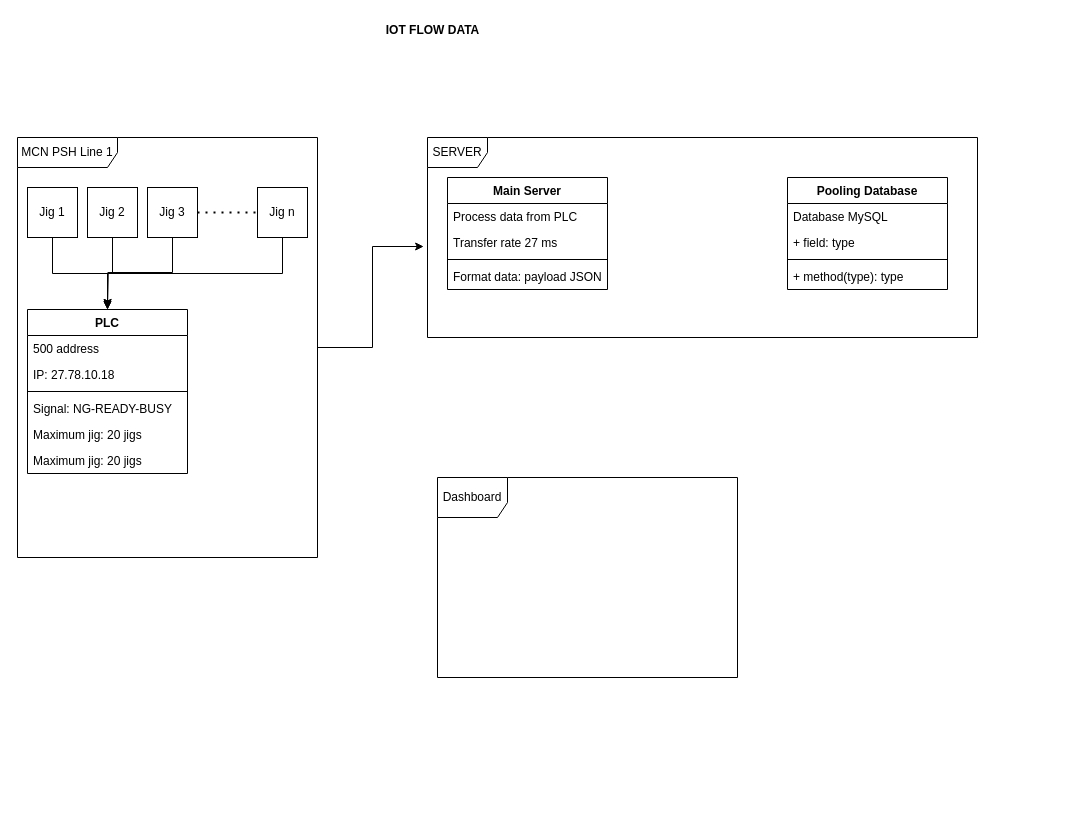
The draw.io diagram IOT Flow Data.drawio in arizmuajianisan/flowchart, before the edit. Source tidied: cells renumbered, new cells numbered last; positions are measured from the earlier drawing's top-left corner, leaving out a move shared by most shapes. Both pictures are drawn from the tidied source at 100%, with x=0, y=0 at pixel (17, 17).
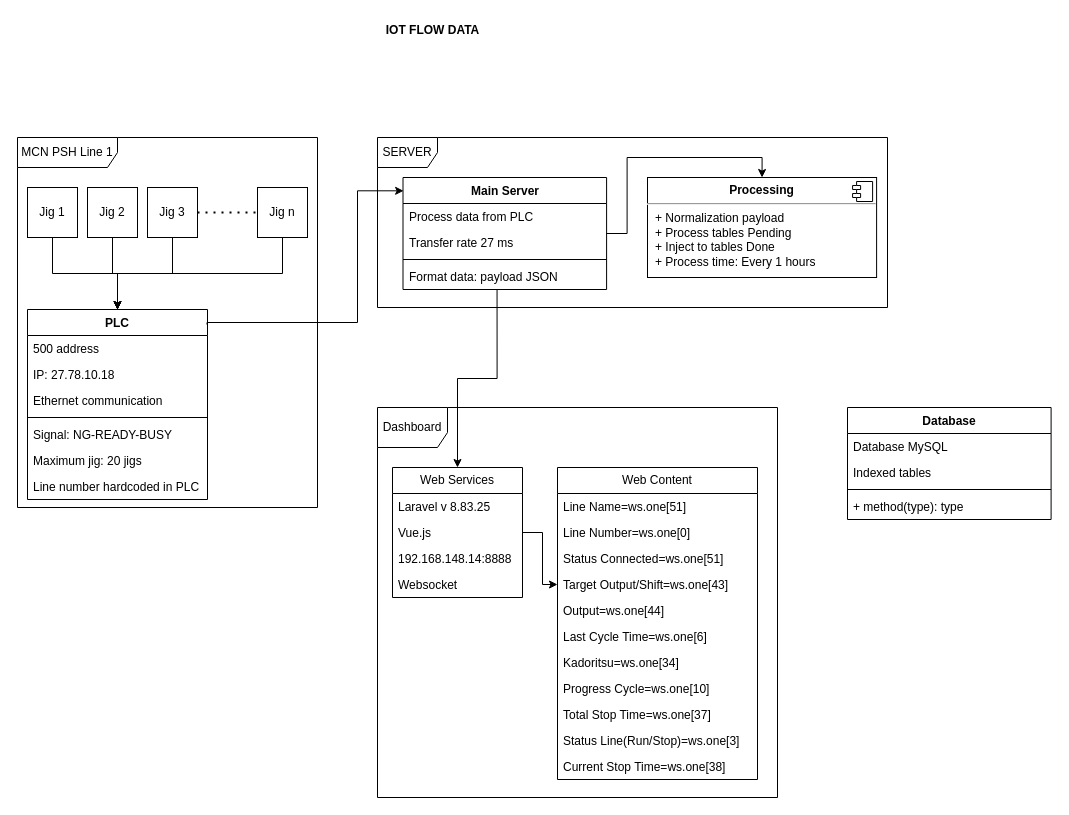
The same diagram, later.

What changed in the source:
```diff
@@
     <mxCell id="3" value="Dashboard" style="shape=umlFrame;whiteSpace=wrap;html=1;width=70;height=40;" parent="1" vertex="1">
-      <mxGeometry x="420" y="460" width="300" height="200" as="geometry" />
+      <mxGeometry x="360" y="390" width="400" height="390" as="geometry" />
     </mxCell>
-    <mxCell id="4" style="group;" parent="1" vertex="1">
-      <mxGeometry x="410" y="120" width="550" height="200" as="geometry" />
-    </mxCell>
-    <mxCell id="5" value="SERVER" style="shape=umlFrame;whiteSpace=wrap;html=1;" parent="4" vertex="1">
-      <mxGeometry width="550" height="200" as="geometry" />
-    </mxCell>
+    <mxCell id="16" style="group;" parent="1" vertex="1">
+      <mxGeometry y="120" width="300" height="420" as="geometry" />
+    </mxCell>
+    <mxCell id="32" style="edgeStyle=orthogonalEdgeStyle;rounded=0;jettySize=auto;html=1;exitX=0.5;exitY=1;exitDx=0;exitDy=0;entryX=0.5;entryY=0;entryDx=0;entryDy=0;" parent="16" edge="1" source="17" target="25">
+      <mxGeometry relative="1" as="geometry" />
+    </mxCell>
+    <mxCell id="17" value="Jig 1" style="html=1;whiteSpace=wrap;" parent="16" vertex="1">
+      <mxGeometry x="10" y="50" width="50" height="50" as="geometry" />
+    </mxCell>
+    <mxCell id="18" value="MCN PSH Line 1" style="shape=umlFrame;whiteSpace=wrap;html=1;width=100;height=30;" parent="16" vertex="1">
+      <mxGeometry width="300" height="370" as="geometry" />
+    </mxCell>
+    <mxCell id="35" style="edgeStyle=orthogonalEdgeStyle;rounded=0;jettySize=auto;html=1;exitX=0.5;exitY=1;exitDx=0;exitDy=0;entryX=0.5;entryY=0;entryDx=0;entryDy=0;" parent="16" edge="1" source="20" target="25">
+      <mxGeometry relative="1" as="geometry" />
+    </mxCell>
+    <mxCell id="20" value="Jig 2" style="html=1;whiteSpace=wrap;" parent="16" vertex="1">
+      <mxGeometry x="70" y="50" width="50" height="50" as="geometry" />
+    </mxCell>
+    <mxCell id="36" style="edgeStyle=orthogonalEdgeStyle;rounded=0;jettySize=auto;html=1;exitX=0.5;exitY=1;exitDx=0;exitDy=0;entryX=0.5;entryY=0;entryDx=0;entryDy=0;" parent="16" edge="1" source="22" target="25">
+      <mxGeometry relative="1" as="geometry" />
+    </mxCell>
+    <mxCell id="22" value="Jig 3" style="html=1;whiteSpace=wrap;" parent="16" vertex="1">
+      <mxGeometry x="130" y="50" width="50" height="50" as="geometry" />
+    </mxCell>
+    <mxCell id="33" style="edgeStyle=orthogonalEdgeStyle;rounded=0;jettySize=auto;html=1;exitX=0.5;exitY=1;exitDx=0;exitDy=0;entryX=0.5;entryY=0;entryDx=0;entryDy=0;" parent="16" edge="1" source="23" target="25">
+      <mxGeometry relative="1" as="geometry" />
+    </mxCell>
+    <mxCell id="23" value="Jig n" style="html=1;whiteSpace=wrap;" parent="16" vertex="1">
+      <mxGeometry x="240" y="50" width="50" height="50" as="geometry" />
+    </mxCell>
+    <mxCell id="24" style="endArrow=none;dashed=1;html=1;dashPattern=1 3;strokeWidth=2;rounded=0;exitX=1;exitY=0.5;exitDx=0;exitDy=0;entryX=0;entryY=0.5;entryDx=0;entryDy=0;" parent="16" edge="1" source="22" target="23">
+      <mxGeometry relative="1" as="geometry" />
+    </mxCell>
+    <mxCell id="25" value="PLC" style="swimlane;fontStyle=1;align=center;verticalAlign=top;horizontal=1;startSize=26;whiteSpace=wrap;html=1;" parent="16" vertex="1">
+      <mxGeometry x="10" y="172" width="180" height="190" as="geometry" />
+    </mxCell>
+    <mxCell id="26" value="500 address" style="text;strokeColor=none;fillColor=none;align=left;verticalAlign=top;spacingLeft=4;spacingRight=4;overflow=hidden;whiteSpace=wrap;html=1;" parent="25" vertex="1">
+      <mxGeometry y="26" width="180" height="26" as="geometry" />
+    </mxCell>
+    <mxCell id="27" value="IP: 27.78.10.18" style="text;strokeColor=none;fillColor=none;align=left;verticalAlign=top;spacingLeft=4;spacingRight=4;overflow=hidden;whiteSpace=wrap;html=1;" parent="25" vertex="1">
+      <mxGeometry y="52" width="180" height="26" as="geometry" />
+    </mxCell>
+    <mxCell id="37" value="Ethernet communication" style="text;strokeColor=none;fillColor=none;align=left;verticalAlign=top;spacingLeft=4;spacingRight=4;overflow=hidden;whiteSpace=wrap;html=1;" parent="25" vertex="1">
+      <mxGeometry y="78" width="180" height="26" as="geometry" />
+    </mxCell>
+    <mxCell id="28" style="line;strokeWidth=1;fillColor=none;align=left;verticalAlign=middle;spacingTop=-1;spacingLeft=3;spacingRight=3;labelPosition=right;strokeColor=inherit;" parent="25" vertex="1">
+      <mxGeometry y="104" width="180" height="8" as="geometry" />
+    </mxCell>
+    <mxCell id="29" value="Signal: NG-READY-BUSY" style="text;strokeColor=none;fillColor=none;align=left;verticalAlign=top;spacingLeft=4;spacingRight=4;overflow=hidden;whiteSpace=wrap;html=1;" parent="25" vertex="1">
+      <mxGeometry y="112" width="180" height="26" as="geometry" />
+    </mxCell>
+    <mxCell id="30" value="Maximum jig: 20 jigs" style="text;strokeColor=none;fillColor=none;align=left;verticalAlign=top;spacingLeft=4;spacingRight=4;overflow=hidden;whiteSpace=wrap;html=1;" parent="25" vertex="1">
+      <mxGeometry y="138" width="180" height="26" as="geometry" />
+    </mxCell>
+    <mxCell id="31" value="Line number hardcoded in PLC" style="text;strokeColor=none;fillColor=none;align=left;verticalAlign=top;spacingLeft=4;spacingRight=4;overflow=hidden;whiteSpace=wrap;html=1;" parent="25" vertex="1">
+      <mxGeometry y="164" width="180" height="26" as="geometry" />
+    </mxCell>
+    <mxCell id="34" style="edgeStyle=orthogonalEdgeStyle;rounded=0;jettySize=auto;html=1;entryX=0.003;entryY=0.119;entryDx=0;entryDy=0;entryPerimeter=0;exitX=0.997;exitY=0.079;exitDx=0;exitDy=0;exitPerimeter=0;" parent="1" edge="1" source="25" target="11">
+      <mxGeometry relative="1" as="geometry">
+        <Array as="points">
+          <mxPoint x="340" y="305" />
+          <mxPoint x="340" y="173" />
+        </Array>
+      </mxGeometry>
+    </mxCell>
-    <mxCell id="6" value="Pooling Database" style="swimlane;fontStyle=1;align=center;verticalAlign=top;horizontal=1;startSize=26;whiteSpace=wrap;html=1;" parent="4" vertex="1">
-      <mxGeometry x="360" y="40" width="160" height="112" as="geometry" />
+    <mxCell id="6" value="Database" style="swimlane;fontStyle=1;align=center;verticalAlign=top;horizontal=1;startSize=26;whiteSpace=wrap;html=1;" parent="1" vertex="1">
+      <mxGeometry x="830" y="390" width="203.6" height="112" as="geometry" />
     </mxCell>
     <mxCell id="7" value="Database MySQL" style="text;strokeColor=none;fillColor=none;align=left;verticalAlign=top;spacingLeft=4;spacingRight=4;overflow=hidden;whiteSpace=wrap;html=1;" parent="6" vertex="1">
-      <mxGeometry y="26" width="160" height="26" as="geometry" />
+      <mxGeometry y="26" width="203.6" height="26" as="geometry" />
     </mxCell>
-    <mxCell id="8" value="+ field: type" style="text;strokeColor=none;fillColor=none;align=left;verticalAlign=top;spacingLeft=4;spacingRight=4;overflow=hidden;whiteSpace=wrap;html=1;" parent="6" vertex="1">
-      <mxGeometry y="52" width="160" height="26" as="geometry" />
+    <mxCell id="8" value="Indexed tables" style="text;strokeColor=none;fillColor=none;align=left;verticalAlign=top;spacingLeft=4;spacingRight=4;overflow=hidden;whiteSpace=wrap;html=1;" parent="6" vertex="1">
+      <mxGeometry y="52" width="203.6" height="26" as="geometry" />
     </mxCell>
     <mxCell id="9" style="line;strokeWidth=1;fillColor=none;align=left;verticalAlign=middle;spacingTop=-1;spacingLeft=3;spacingRight=3;labelPosition=right;strokeColor=inherit;" parent="6" vertex="1">
-      <mxGeometry y="78" width="160" height="8" as="geometry" />
+      <mxGeometry y="78" width="203.6" height="8" as="geometry" />
     </mxCell>
     <mxCell id="10" value="+ method(type): type" style="text;strokeColor=none;fillColor=none;align=left;verticalAlign=top;spacingLeft=4;spacingRight=4;overflow=hidden;whiteSpace=wrap;html=1;" parent="6" vertex="1">
-      <mxGeometry y="86" width="160" height="26" as="geometry" />
+      <mxGeometry y="86" width="203.6" height="26" as="geometry" />
     </mxCell>
+    <mxCell id="38" style="edgeStyle=orthogonalEdgeStyle;rounded=0;jettySize=auto;html=1;" parent="1" edge="1" source="39" target="48">
+      <mxGeometry relative="1" as="geometry" />
+    </mxCell>
+    <mxCell id="39" value="Web Services" style="swimlane;fontStyle=0;horizontal=1;startSize=26;fillColor=none;whiteSpace=wrap;html=1;" parent="1" vertex="1">
+      <mxGeometry x="375" y="450" width="130" height="130" as="geometry" />
+    </mxCell>
+    <mxCell id="40" value="Laravel v 8.83.25" style="text;strokeColor=none;fillColor=none;align=left;verticalAlign=top;spacingLeft=4;spacingRight=4;overflow=hidden;whiteSpace=wrap;html=1;" parent="39" vertex="1">
+      <mxGeometry y="26" width="130" height="26" as="geometry" />
+    </mxCell>
+    <mxCell id="41" value="Vue.js" style="text;strokeColor=none;fillColor=none;align=left;verticalAlign=top;spacingLeft=4;spacingRight=4;overflow=hidden;whiteSpace=wrap;html=1;" parent="39" vertex="1">
+      <mxGeometry y="52" width="130" height="26" as="geometry" />
+    </mxCell>
+    <mxCell id="42" value="192.168.148.14:8888" style="text;strokeColor=none;fillColor=none;align=left;verticalAlign=top;spacingLeft=4;spacingRight=4;overflow=hidden;whiteSpace=wrap;html=1;" parent="39" vertex="1">
+      <mxGeometry y="78" width="130" height="26" as="geometry" />
+    </mxCell>
+    <mxCell id="43" value="Websocket" style="text;strokeColor=none;fillColor=none;align=left;verticalAlign=top;spacingLeft=4;spacingRight=4;overflow=hidden;whiteSpace=wrap;html=1;" parent="39" vertex="1">
+      <mxGeometry y="104" width="130" height="26" as="geometry" />
+    </mxCell>
+    <mxCell id="44" value="Web Content" style="swimlane;fontStyle=0;horizontal=1;startSize=26;fillColor=none;whiteSpace=wrap;html=1;" parent="1" vertex="1">
+      <mxGeometry x="540" y="450" width="200" height="312" as="geometry" />
+    </mxCell>
+    <mxCell id="45" value="Line Name=ws.one[51]" style="text;strokeColor=none;fillColor=none;align=left;verticalAlign=top;spacingLeft=4;spacingRight=4;overflow=hidden;whiteSpace=wrap;html=1;" parent="44" vertex="1">
+      <mxGeometry y="26" width="200" height="26" as="geometry" />
+    </mxCell>
+    <mxCell id="46" value="Line Number=ws.one[0]" style="text;strokeColor=none;fillColor=none;align=left;verticalAlign=top;spacingLeft=4;spacingRight=4;overflow=hidden;whiteSpace=wrap;html=1;" parent="44" vertex="1">
+      <mxGeometry y="52" width="200" height="26" as="geometry" />
+    </mxCell>
+    <mxCell id="47" value="Status Connected=ws.one[51]" style="text;strokeColor=none;fillColor=none;align=left;verticalAlign=top;spacingLeft=4;spacingRight=4;overflow=hidden;whiteSpace=wrap;html=1;" parent="44" vertex="1">
+      <mxGeometry y="78" width="200" height="26" as="geometry" />
+    </mxCell>
+    <mxCell id="48" value="Target Output/Shift=ws.one[43]" style="text;strokeColor=none;fillColor=none;align=left;verticalAlign=top;spacingLeft=4;spacingRight=4;overflow=hidden;points=[[0,0.5],[1,0.5]];portConstraint=eastwest;whiteSpace=wrap;html=1;" parent="44" vertex="1">
+      <mxGeometry y="104" width="200" height="26" as="geometry" />
+    </mxCell>
+    <mxCell id="49" value="Output=ws.one[44]" style="text;strokeColor=none;fillColor=none;align=left;verticalAlign=top;spacingLeft=4;spacingRight=4;overflow=hidden;whiteSpace=wrap;html=1;" parent="44" vertex="1">
+      <mxGeometry y="130" width="200" height="26" as="geometry" />
+    </mxCell>
+    <mxCell id="50" value="Last Cycle Time=ws.one[6]" style="text;strokeColor=none;fillColor=none;align=left;verticalAlign=top;spacingLeft=4;spacingRight=4;overflow=hidden;whiteSpace=wrap;html=1;" parent="44" vertex="1">
+      <mxGeometry y="156" width="200" height="26" as="geometry" />
+    </mxCell>
+    <mxCell id="51" value="Kadoritsu=ws.one[34]" style="text;strokeColor=none;fillColor=none;align=left;verticalAlign=top;spacingLeft=4;spacingRight=4;overflow=hidden;whiteSpace=wrap;html=1;" parent="44" vertex="1">
+      <mxGeometry y="182" width="200" height="26" as="geometry" />
+    </mxCell>
+    <mxCell id="52" value="Progress Cycle=ws.one[10]" style="text;strokeColor=none;fillColor=none;align=left;verticalAlign=top;spacingLeft=4;spacingRight=4;overflow=hidden;whiteSpace=wrap;html=1;" parent="44" vertex="1">
+      <mxGeometry y="208" width="200" height="26" as="geometry" />
+    </mxCell>
+    <mxCell id="53" value="Total Stop Time=ws.one[37]" style="text;strokeColor=none;fillColor=none;align=left;verticalAlign=top;spacingLeft=4;spacingRight=4;overflow=hidden;whiteSpace=wrap;html=1;" parent="44" vertex="1">
+      <mxGeometry y="234" width="200" height="26" as="geometry" />
+    </mxCell>
+    <mxCell id="54" value="Status Line(Run/Stop)=ws.one[3]" style="text;strokeColor=none;fillColor=none;align=left;verticalAlign=top;spacingLeft=4;spacingRight=4;overflow=hidden;whiteSpace=wrap;html=1;" parent="44" vertex="1">
+      <mxGeometry y="260" width="200" height="26" as="geometry" />
+    </mxCell>
+    <mxCell id="55" value="Current Stop Time=ws.one[38]" style="text;strokeColor=none;fillColor=none;align=left;verticalAlign=top;spacingLeft=4;spacingRight=4;overflow=hidden;whiteSpace=wrap;html=1;" parent="44" vertex="1">
+      <mxGeometry y="286" width="200" height="26" as="geometry" />
+    </mxCell>
+    <mxCell id="56" style="edgeStyle=orthogonalEdgeStyle;rounded=0;jettySize=auto;html=1;entryX=0.5;entryY=0;entryDx=0;entryDy=0;exitX=0.462;exitY=0.987;exitDx=0;exitDy=0;exitPerimeter=0;" parent="1" edge="1" source="15" target="39">
+      <mxGeometry relative="1" as="geometry" />
+    </mxCell>
+    <mxCell id="57" style="group;" parent="1" vertex="1">
+      <mxGeometry x="360" y="120" width="510" height="170" as="geometry" />
+    </mxCell>
+    <mxCell id="5" value="SERVER" style="shape=umlFrame;whiteSpace=wrap;html=1;" parent="57" vertex="1">
+      <mxGeometry width="510" height="170" as="geometry" />
+    </mxCell>
-    <mxCell id="11" value="Main Server" style="swimlane;fontStyle=1;align=center;verticalAlign=top;horizontal=1;startSize=26;whiteSpace=wrap;html=1;" parent="4" vertex="1">
-      <mxGeometry x="20" y="40" width="160" height="112" as="geometry" />
+    <mxCell id="11" value="Main Server" style="swimlane;fontStyle=1;align=center;verticalAlign=top;horizontal=1;startSize=26;whiteSpace=wrap;html=1;" parent="57" vertex="1">
+      <mxGeometry x="25.5" y="40" width="203.6" height="112" as="geometry" />
     </mxCell>
     <mxCell id="12" value="Process data from PLC" style="text;strokeColor=none;fillColor=none;align=left;verticalAlign=top;spacingLeft=4;spacingRight=4;overflow=hidden;whiteSpace=wrap;html=1;" parent="11" vertex="1">
-      <mxGeometry y="26" width="160" height="26" as="geometry" />
+      <mxGeometry y="26" width="203.6" height="26" as="geometry" />
     </mxCell>
     <mxCell id="13" value="Transfer rate 27 ms" style="text;strokeColor=none;fillColor=none;align=left;verticalAlign=top;spacingLeft=4;spacingRight=4;overflow=hidden;whiteSpace=wrap;html=1;" parent="11" vertex="1">
-      <mxGeometry y="52" width="160" height="26" as="geometry" />
+      <mxGeometry y="52" width="203.6" height="26" as="geometry" />
     </mxCell>
     <mxCell id="14" style="line;strokeWidth=1;fillColor=none;align=left;verticalAlign=middle;spacingTop=-1;spacingLeft=3;spacingRight=3;labelPosition=right;strokeColor=inherit;" parent="11" vertex="1">
-      <mxGeometry y="78" width="160" height="8" as="geometry" />
+      <mxGeometry y="78" width="203.6" height="8" as="geometry" />
     </mxCell>
     <mxCell id="15" value="Format data: payload JSON" style="text;strokeColor=none;fillColor=none;align=left;verticalAlign=top;spacingLeft=4;spacingRight=4;overflow=hidden;points=[[0,0.5],[1,0.5]];portConstraint=eastwest;whiteSpace=wrap;html=1;" parent="11" vertex="1">
-      <mxGeometry y="86" width="160" height="26" as="geometry" />
+      <mxGeometry y="86" width="203.6" height="26" as="geometry" />
     </mxCell>
-    <mxCell id="16" style="group;" parent="1" vertex="1">
-      <mxGeometry y="120" width="300" height="420" as="geometry" />
-    </mxCell>
-    <mxCell id="17" value="Jig 1" style="html=1;whiteSpace=wrap;" parent="16" vertex="1">
-      <mxGeometry x="10" y="50" width="50" height="50" as="geometry" />
-    </mxCell>
-    <mxCell id="18" value="MCN PSH Line 1" style="shape=umlFrame;whiteSpace=wrap;html=1;width=100;height=30;" parent="16" vertex="1">
-      <mxGeometry width="300" height="420" as="geometry" />
-    </mxCell>
-    <mxCell id="19" style="edgeStyle=orthogonalEdgeStyle;rounded=0;jettySize=auto;html=1;exitX=0.5;exitY=1;exitDx=0;exitDy=0;" parent="16" edge="1" source="20">
-      <mxGeometry relative="1" as="geometry">
-        <mxPoint x="90" y="170" as="targetPoint" />
-      </mxGeometry>
-    </mxCell>
-    <mxCell id="20" value="Jig 2" style="html=1;whiteSpace=wrap;" parent="16" vertex="1">
-      <mxGeometry x="70" y="50" width="50" height="50" as="geometry" />
-    </mxCell>
-    <mxCell id="21" style="edgeStyle=orthogonalEdgeStyle;rounded=0;jettySize=auto;html=1;exitX=0.5;exitY=1;exitDx=0;exitDy=0;" parent="16" edge="1" source="22">
-      <mxGeometry relative="1" as="geometry">
-        <mxPoint x="90" y="170" as="targetPoint" />
-      </mxGeometry>
-    </mxCell>
-    <mxCell id="22" value="Jig 3" style="html=1;whiteSpace=wrap;" parent="16" vertex="1">
-      <mxGeometry x="130" y="50" width="50" height="50" as="geometry" />
-    </mxCell>
-    <mxCell id="23" value="Jig n" style="html=1;whiteSpace=wrap;" parent="16" vertex="1">
-      <mxGeometry x="240" y="50" width="50" height="50" as="geometry" />
-    </mxCell>
-    <mxCell id="24" style="endArrow=none;dashed=1;html=1;dashPattern=1 3;strokeWidth=2;rounded=0;exitX=1;exitY=0.5;exitDx=0;exitDy=0;entryX=0;entryY=0.5;entryDx=0;entryDy=0;" parent="16" edge="1" source="22" target="23">
-      <mxGeometry relative="1" as="geometry" />
-    </mxCell>
-    <mxCell id="25" value="PLC" style="swimlane;fontStyle=1;align=center;verticalAlign=top;horizontal=1;startSize=26;whiteSpace=wrap;html=1;" parent="16" vertex="1">
-      <mxGeometry x="10" y="172" width="160" height="164" as="geometry" />
-    </mxCell>
-    <mxCell id="26" value="500 address" style="text;strokeColor=none;fillColor=none;align=left;verticalAlign=top;spacingLeft=4;spacingRight=4;overflow=hidden;whiteSpace=wrap;html=1;" parent="25" vertex="1">
-      <mxGeometry y="26" width="160" height="26" as="geometry" />
-    </mxCell>
-    <mxCell id="27" value="IP: 27.78.10.18" style="text;strokeColor=none;fillColor=none;align=left;verticalAlign=top;spacingLeft=4;spacingRight=4;overflow=hidden;whiteSpace=wrap;html=1;" parent="25" vertex="1">
-      <mxGeometry y="52" width="160" height="26" as="geometry" />
-    </mxCell>
-    <mxCell id="28" style="line;strokeWidth=1;fillColor=none;align=left;verticalAlign=middle;spacingTop=-1;spacingLeft=3;spacingRight=3;labelPosition=right;strokeColor=inherit;" parent="25" vertex="1">
-      <mxGeometry y="78" width="160" height="8" as="geometry" />
-    </mxCell>
-    <mxCell id="29" value="Signal: NG-READY-BUSY" style="text;strokeColor=none;fillColor=none;align=left;verticalAlign=top;spacingLeft=4;spacingRight=4;overflow=hidden;whiteSpace=wrap;html=1;" parent="25" vertex="1">
-      <mxGeometry y="86" width="160" height="26" as="geometry" />
-    </mxCell>
-    <mxCell id="30" value="Maximum jig: 20 jigs" style="text;strokeColor=none;fillColor=none;align=left;verticalAlign=top;spacingLeft=4;spacingRight=4;overflow=hidden;whiteSpace=wrap;html=1;" parent="25" vertex="1">
-      <mxGeometry y="112" width="160" height="26" as="geometry" />
-    </mxCell>
-    <mxCell id="31" value="Maximum jig: 20 jigs" style="text;strokeColor=none;fillColor=none;align=left;verticalAlign=top;spacingLeft=4;spacingRight=4;overflow=hidden;whiteSpace=wrap;html=1;" parent="25" vertex="1">
-      <mxGeometry y="138" width="160" height="26" as="geometry" />
-    </mxCell>
-    <mxCell id="32" style="edgeStyle=orthogonalEdgeStyle;rounded=0;jettySize=auto;html=1;exitX=0.5;exitY=1;exitDx=0;exitDy=0;entryX=0.5;entryY=0;entryDx=0;entryDy=0;" parent="16" edge="1" source="17" target="25">
-      <mxGeometry relative="1" as="geometry" />
-    </mxCell>
-    <mxCell id="33" style="edgeStyle=orthogonalEdgeStyle;rounded=0;jettySize=auto;html=1;exitX=0.5;exitY=1;exitDx=0;exitDy=0;entryX=0.5;entryY=0;entryDx=0;entryDy=0;" parent="16" edge="1" source="23" target="25">
-      <mxGeometry relative="1" as="geometry" />
-    </mxCell>
-    <mxCell id="34" style="edgeStyle=orthogonalEdgeStyle;rounded=0;jettySize=auto;html=1;entryX=-0.007;entryY=0.545;entryDx=0;entryDy=0;entryPerimeter=0;" parent="1" edge="1" source="18" target="5">
-      <mxGeometry relative="1" as="geometry" />
-    </mxCell>
+    <mxCell id="58" value="&lt;p style=&quot;margin:0px;margin-top:6px;text-align:center;&quot;&gt;&lt;b&gt;Processing&lt;/b&gt;&lt;/p&gt;&lt;hr&gt;&lt;p style=&quot;margin:0px;margin-left:8px;&quot;&gt;+ Normalization payload&lt;/p&gt;&lt;p style=&quot;margin:0px;margin-left:8px;&quot;&gt;+ Process tables Pending&lt;/p&gt;&lt;p style=&quot;margin:0px;margin-left:8px;&quot;&gt;+ Inject to tables Done&lt;/p&gt;&lt;p style=&quot;margin:0px;margin-left:8px;&quot;&gt;+ Process time: Every 1 hours&lt;/p&gt;" style="align=left;overflow=fill;html=1;whiteSpace=wrap;" parent="57" vertex="1">
+      <mxGeometry x="270" y="40" width="229.1" height="100" as="geometry" />
+    </mxCell>
+    <mxCell id="59" style="shape=component;jettyWidth=8;jettyHeight=4;" parent="58" vertex="1">
+      <mxGeometry x="1" width="20" height="20" relative="1" as="geometry">
+        <mxPoint x="-24" y="4" as="offset" />
+      </mxGeometry>
+    </mxCell>
+    <mxCell id="60" style="edgeStyle=orthogonalEdgeStyle;rounded=0;jettySize=auto;html=1;entryX=0.5;entryY=0;entryDx=0;entryDy=0;" parent="57" edge="1" source="11" target="58">
+      <mxGeometry relative="1" as="geometry" />
+    </mxCell>
```
